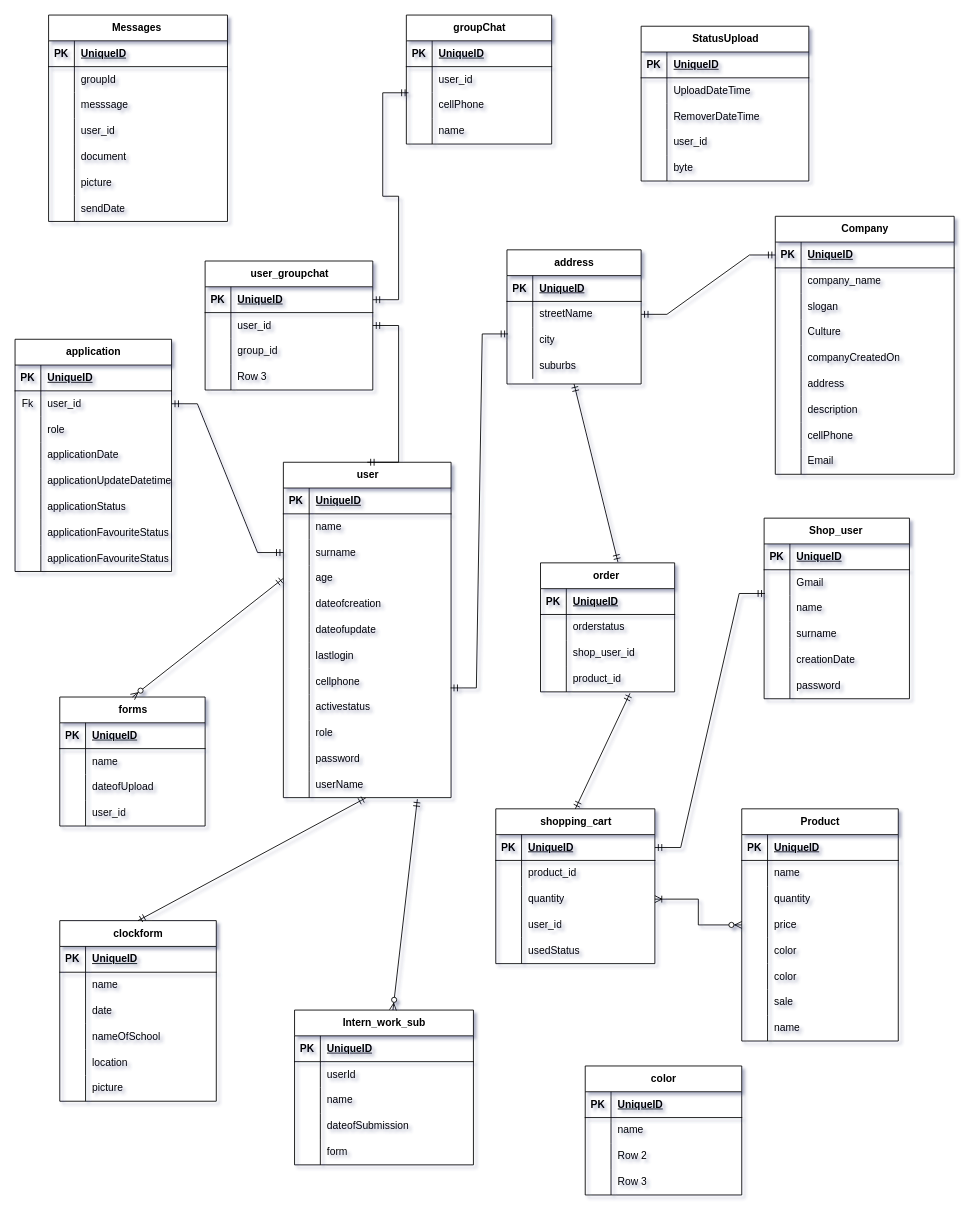
Above: eullafiedtechclassdiagram.drawio in Tshiamo12345/eullafiedtecsolutionapp (draw.io), before the change. Source tidied: cells renumbered, new cells numbered last; positions are measured from the earlier drawing's top-left corner, leaving out a move shared by most shapes. Both pictures are drawn from the tidied source at 86%, with x=0, y=0 at pixel (15, 15).
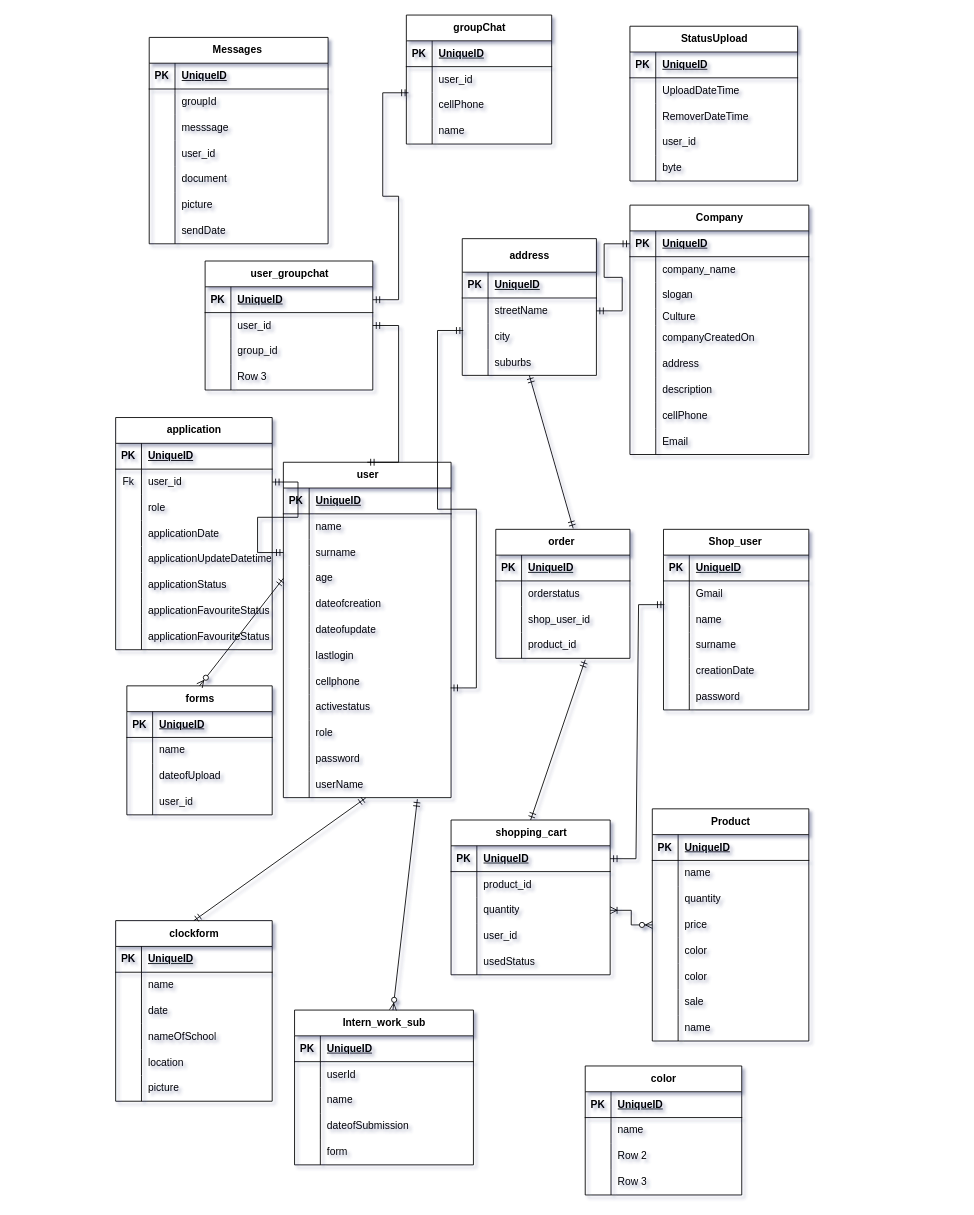
The same diagram, later.

Change to the diagram source:
```diff
@@
     <mxCell id="39" value="forms" style="shape=table;startSize=30;childLayout=tableLayout;rowLines=0;fontStyle=1;align=center;html=1;" parent="1" vertex="1">
-      <mxGeometry x="52" y="793" width="169" height="150" as="geometry" />
+      <mxGeometry x="130" y="780" width="169" height="150" as="geometry" />
     </mxCell>
@@
     <mxCell id="52" value="clockform" style="shape=table;startSize=30;childLayout=tableLayout;rowLines=0;fontStyle=1;align=center;html=1;" parent="1" vertex="1">
-      <mxGeometry x="52" y="1053" width="182" height="210" as="geometry" />
+      <mxGeometry x="117" y="1053" width="182" height="210" as="geometry" />
     </mxCell>
@@
-    <mxCell id="71" value="address" style="shape=table;startSize=30;childLayout=tableLayout;rowLines=0;fontStyle=1;align=center;html=1;" parent="1" vertex="1">
-      <mxGeometry x="572" y="273" width="156" height="156" as="geometry" />
+    <mxCell id="71" value="address" style="shape=table;startSize=39;childLayout=tableLayout;rowLines=0;fontStyle=1;align=center;html=1;" parent="1" vertex="1">
+      <mxGeometry x="520" y="260" width="156" height="159" as="geometry" />
     </mxCell>
     <mxCell id="72" style="shape=tableRow;horizontal=0;startSize=0;swimlaneHead=0;swimlaneBody=0;fillColor=none;top=0;left=0;right=0;bottom=1;" parent="71" vertex="1">
-      <mxGeometry y="30" width="156" height="30" as="geometry" />
+      <mxGeometry y="39" width="156" height="30" as="geometry" />
     </mxCell>
@@
     <mxCell id="75" style="shape=tableRow;horizontal=0;startSize=0;swimlaneHead=0;swimlaneBody=0;fillColor=none;points=[[0,0.5],[1,0.5]];portConstraint=eastwest;top=0;left=0;right=0;bottom=0;" parent="71" vertex="1">
-      <mxGeometry y="60" width="156" height="30" as="geometry" />
+      <mxGeometry y="69" width="156" height="30" as="geometry" />
     </mxCell>
@@
     <mxCell id="78" style="shape=tableRow;horizontal=0;startSize=0;swimlaneHead=0;swimlaneBody=0;fillColor=none;points=[[0,0.5],[1,0.5]];portConstraint=eastwest;top=0;left=0;right=0;bottom=0;" parent="71" vertex="1">
-      <mxGeometry y="90" width="156" height="30" as="geometry" />
+      <mxGeometry y="99" width="156" height="30" as="geometry" />
     </mxCell>
@@
     <mxCell id="81" style="shape=tableRow;horizontal=0;startSize=0;swimlaneHead=0;swimlaneBody=0;fillColor=none;top=0;left=0;right=0;bottom=0;" parent="71" vertex="1">
-      <mxGeometry y="120" width="156" height="30" as="geometry" />
+      <mxGeometry y="129" width="156" height="30" as="geometry" />
     </mxCell>
@@
     <mxCell id="101" value="application" style="shape=table;startSize=30;childLayout=tableLayout;rowLines=0;fontStyle=1;align=center;html=1;" parent="1" vertex="1">
-      <mxGeometry y="377" width="182" height="270" as="geometry" />
+      <mxGeometry x="117" y="468" width="182" height="270" as="geometry" />
     </mxCell>
@@
     <mxCell id="127" value="Product" style="shape=table;startSize=30;childLayout=tableLayout;rowLines=0;fontStyle=1;align=center;html=1;" parent="1" vertex="1">
-      <mxGeometry x="845" y="923" width="182" height="270" as="geometry" />
+      <mxGeometry x="741" y="923" width="182" height="270" as="geometry" />
     </mxCell>
@@
     <mxCell id="152" value="Shop_user&amp;nbsp;" style="shape=table;startSize=30;childLayout=tableLayout;rowLines=0;fontStyle=1;align=center;html=1;" parent="1" vertex="1">
-      <mxGeometry x="871" y="585" width="169" height="210" as="geometry" />
+      <mxGeometry x="754" y="598" width="169" height="210" as="geometry" />
     </mxCell>
@@
     <mxCell id="171" value="order&amp;nbsp;" style="shape=table;startSize=30;childLayout=tableLayout;rowLines=0;fontStyle=1;align=center;html=1;" parent="1" vertex="1">
-      <mxGeometry x="611" y="637" width="156" height="150" as="geometry" />
+      <mxGeometry x="559" y="598" width="156" height="150" as="geometry" />
     </mxCell>
@@
     <mxCell id="184" value="shopping_cart" style="shape=table;startSize=30;childLayout=tableLayout;rowLines=0;fontStyle=1;align=center;html=1;" parent="1" vertex="1">
-      <mxGeometry x="559" y="923" width="185" height="180" as="geometry" />
+      <mxGeometry x="507" y="936" width="185" height="180" as="geometry" />
     </mxCell>
@@
     <mxCell id="232" value="Messages&amp;nbsp;" style="shape=table;startSize=30;childLayout=tableLayout;rowLines=0;fontStyle=1;align=center;html=1;" parent="1" vertex="1">
-      <mxGeometry x="39" width="208" height="240" as="geometry" />
+      <mxGeometry x="156" y="26" width="208" height="240" as="geometry" />
     </mxCell>
@@
     <mxCell id="255" value="StatusUpload" style="shape=table;startSize=30;childLayout=tableLayout;rowLines=0;fontStyle=1;align=center;html=1;" parent="1" vertex="1">
-      <mxGeometry x="728" y="13" width="195" height="180" as="geometry" />
+      <mxGeometry x="715" y="13" width="195" height="180" as="geometry" />
     </mxCell>
@@
     <mxCell id="271" value="Company" style="shape=table;startSize=30;childLayout=tableLayout;rowLines=0;fontStyle=1;align=center;html=1;" parent="1" vertex="1">
-      <mxGeometry x="884" y="234" width="208" height="300" as="geometry" />
+      <mxGeometry x="715" y="221" width="208" height="290" as="geometry" />
     </mxCell>
@@
     <mxCell id="281" style="shape=tableRow;horizontal=0;startSize=0;swimlaneHead=0;swimlaneBody=0;fillColor=none;top=0;left=0;right=0;bottom=0;" parent="271" vertex="1">
-      <mxGeometry y="120" width="208" height="30" as="geometry" />
+      <mxGeometry y="120" width="208" height="20" as="geometry" />
     </mxCell>
     <mxCell id="282" style="shape=partialRectangle;fillColor=none;top=0;left=0;bottom=0;right=0;overflow=hidden;whiteSpace=wrap;html=1;" parent="281" vertex="1">
-      <mxGeometry width="30" height="30" as="geometry" />
+      <mxGeometry width="30" height="20" as="geometry" />
     </mxCell>
     <mxCell id="283" value="Culture" style="shape=partialRectangle;fillColor=none;top=0;left=0;bottom=0;right=0;align=left;spacingLeft=6;overflow=hidden;whiteSpace=wrap;html=1;" parent="281" vertex="1">
-      <mxGeometry x="30" width="178" height="30" as="geometry" />
+      <mxGeometry x="30" width="178" height="20" as="geometry" />
     </mxCell>
     <mxCell id="284" style="shape=tableRow;horizontal=0;startSize=0;swimlaneHead=0;swimlaneBody=0;fillColor=none;top=0;left=0;right=0;bottom=0;" parent="271" vertex="1">
-      <mxGeometry y="150" width="208" height="30" as="geometry" />
+      <mxGeometry y="140" width="208" height="30" as="geometry" />
     </mxCell>
@@
     <mxCell id="287" style="shape=tableRow;horizontal=0;startSize=0;swimlaneHead=0;swimlaneBody=0;fillColor=none;top=0;left=0;right=0;bottom=0;" parent="271" vertex="1">
-      <mxGeometry y="180" width="208" height="30" as="geometry" />
+      <mxGeometry y="170" width="208" height="30" as="geometry" />
     </mxCell>
@@
     <mxCell id="290" style="shape=tableRow;horizontal=0;startSize=0;swimlaneHead=0;swimlaneBody=0;fillColor=none;top=0;left=0;right=0;bottom=0;" parent="271" vertex="1">
-      <mxGeometry y="210" width="208" height="30" as="geometry" />
+      <mxGeometry y="200" width="208" height="30" as="geometry" />
     </mxCell>
@@
     <mxCell id="293" style="shape=tableRow;horizontal=0;startSize=0;swimlaneHead=0;swimlaneBody=0;fillColor=none;top=0;left=0;right=0;bottom=0;" parent="271" vertex="1">
-      <mxGeometry y="240" width="208" height="30" as="geometry" />
+      <mxGeometry y="230" width="208" height="30" as="geometry" />
     </mxCell>
@@
     <mxCell id="296" style="shape=tableRow;horizontal=0;startSize=0;swimlaneHead=0;swimlaneBody=0;fillColor=none;top=0;left=0;right=0;bottom=0;" parent="271" vertex="1">
-      <mxGeometry y="270" width="208" height="30" as="geometry" />
+      <mxGeometry y="260" width="208" height="30" as="geometry" />
     </mxCell>
```
